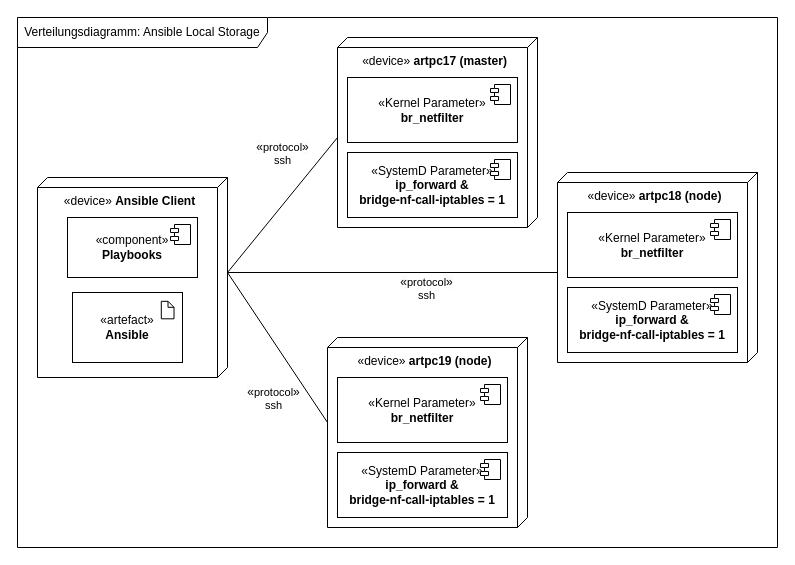
This is dd-ansible-localstorage.drawio from pogii123/drawio-charts, a draw.io file, before an edit. Source tidied: cells renumbered, new cells numbered last; positions are measured from the earlier drawing's top-left corner, leaving out a move shared by most shapes. Both pictures are drawn from the tidied source at 100%, with x=0, y=0 at pixel (17, 17).
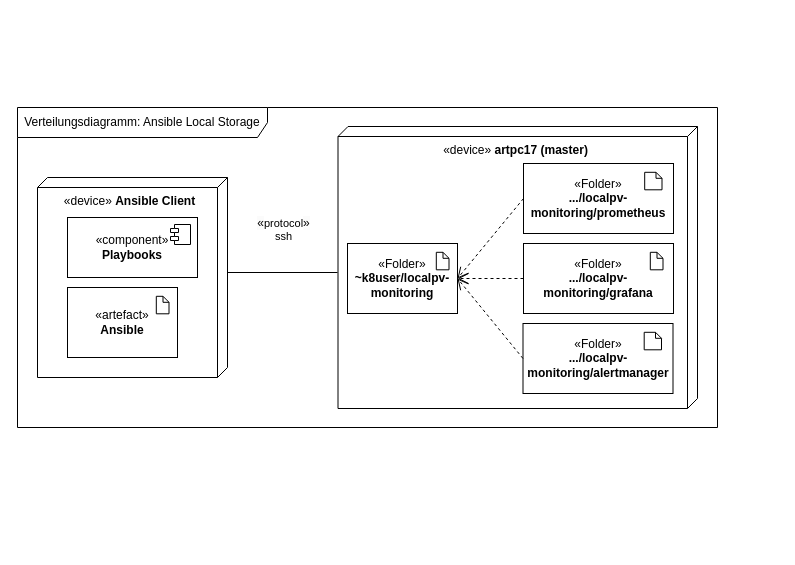
After the change.

The change refers to these unchanged cells:
```xml
<mxCell id="7" value="«device»&amp;nbsp;&lt;b&gt;Ansible Client&lt;/b&gt;" style="verticalAlign=top;align=center;shape=cube;size=10;direction=south;html=1;boundedLbl=1;spacingLeft=5;whiteSpace=wrap;" parent="1" vertex="1">
  <mxGeometry x="20" y="160" width="190" height="200" as="geometry" />
</mxCell>
```

Change to the diagram source:
```diff
@@
-    <mxCell id="2" style="rounded=0;jettySize=auto;html=1;exitX=0;exitY=0;exitDx=95;exitDy=0;exitPerimeter=0;entryX=0;entryY=0;entryDx=100;entryDy=190;entryPerimeter=0;endArrow=none;endFill=0;" parent="1" edge="1" source="7" target="19">
-      <mxGeometry relative="1" as="geometry" />
-    </mxCell>
-    <mxCell id="3" value="&lt;span style=&quot;font-size: 12px; text-wrap: wrap; background-color: rgb(251, 251, 251);&quot;&gt;«&lt;/span&gt;protocol&lt;span style=&quot;font-size: 12px; text-wrap: wrap; background-color: rgb(251, 251, 251);&quot;&gt;»&lt;/span&gt;&lt;br&gt;ssh" style="edgeLabel;html=1;align=center;verticalAlign=middle;" parent="2" vertex="1">
-      <mxGeometry x="0.06" y="4" relative="1" as="geometry">
-        <mxPoint x="-16" y="40" as="offset" />
-      </mxGeometry>
-    </mxCell>
-    <mxCell id="4" value="&lt;span style=&quot;font-size: 12px; text-wrap: wrap; background-color: rgb(251, 251, 251);&quot;&gt;«&lt;/span&gt;protocol&lt;span style=&quot;font-size: 12px; text-wrap: wrap; background-color: rgb(251, 251, 251);&quot;&gt;»&lt;/span&gt;&lt;br&gt;ssh" style="rounded=0;jettySize=auto;html=1;exitX=0;exitY=0;exitDx=95;exitDy=0;exitPerimeter=0;entryX=0;entryY=0;entryDx=100;entryDy=190;entryPerimeter=0;endArrow=none;endFill=0;" parent="1" edge="1" source="7" target="14">
-      <mxGeometry x="0.17" y="-16" relative="1" as="geometry" />
-    </mxCell>
-    <mxCell id="5" style="rounded=0;jettySize=auto;html=1;exitX=0;exitY=0;exitDx=95;exitDy=0;exitPerimeter=0;entryX=0;entryY=0;entryDx=100;entryDy=200;entryPerimeter=0;endArrow=none;endFill=0;" parent="1" edge="1" source="7" target="24">
-      <mxGeometry relative="1" as="geometry" />
+    <mxCell id="5" style="rounded=0;jettySize=auto;html=1;entryX=0;entryY=0;entryDx=146;entryDy=360;entryPerimeter=0;endArrow=none;endFill=0;" parent="1" edge="1" target="24">
+      <mxGeometry relative="1" as="geometry">
+        <mxPoint x="210" y="255" as="sourcePoint" />
+      </mxGeometry>
     </mxCell>
@@
     <mxCell id="10" style="group;" parent="1" vertex="1">
-      <mxGeometry x="55" y="275" width="110" height="70" as="geometry" />
+      <mxGeometry x="50" y="270" width="110" height="70" as="geometry" />
     </mxCell>
@@
     <mxCell id="13" value="Verteilungsdiagramm: Ansible Local Storage" style="shape=umlFrame;whiteSpace=wrap;html=1;width=250;height=30;" parent="1" vertex="1">
-      <mxGeometry width="760" height="530" as="geometry" />
+      <mxGeometry y="90" width="700" height="320" as="geometry" />
     </mxCell>
-    <mxCell id="14" value="«device»&amp;nbsp;&lt;b&gt;artpc18 (node)&lt;/b&gt;" style="verticalAlign=top;align=center;shape=cube;size=10;direction=south;html=1;boundedLbl=1;spacingLeft=5;whiteSpace=wrap;" parent="1" vertex="1">
-      <mxGeometry x="540" y="155" width="200" height="190" as="geometry" />
-    </mxCell>
-    <mxCell id="15" value="«SystemD Parameter»&lt;br&gt;&lt;b&gt;ip_forward &amp;amp;&lt;br&gt;&lt;/b&gt;&lt;div&gt;&lt;b&gt;bridge-nf-call-iptables = 1&lt;/b&gt;&lt;/div&gt;" style="html=1;whiteSpace=wrap;" parent="1" vertex="1">
-      <mxGeometry x="550" y="270" width="170" height="65" as="geometry" />
-    </mxCell>
-    <mxCell id="16" style="shape=module;jettyWidth=8;jettyHeight=4;" parent="15" vertex="1">
-      <mxGeometry x="1" width="20" height="20" relative="1" as="geometry">
-        <mxPoint x="-27" y="7" as="offset" />
-      </mxGeometry>
-    </mxCell>
-    <mxCell id="17" value="«Kernel Parameter»&lt;br&gt;&lt;b&gt;br_netfilter&lt;/b&gt;" style="html=1;whiteSpace=wrap;" parent="1" vertex="1">
-      <mxGeometry x="550" y="195" width="170" height="65" as="geometry" />
-    </mxCell>
-    <mxCell id="18" style="shape=module;jettyWidth=8;jettyHeight=4;" parent="17" vertex="1">
-      <mxGeometry x="1" width="20" height="20" relative="1" as="geometry">
-        <mxPoint x="-27" y="7" as="offset" />
-      </mxGeometry>
-    </mxCell>
-    <mxCell id="19" value="«device»&amp;nbsp;&lt;b&gt;artpc19 (node)&lt;/b&gt;" style="verticalAlign=top;align=center;shape=cube;size=10;direction=south;html=1;boundedLbl=1;spacingLeft=5;whiteSpace=wrap;" parent="1" vertex="1">
-      <mxGeometry x="310" y="320" width="200" height="190" as="geometry" />
-    </mxCell>
-    <mxCell id="20" value="«SystemD Parameter»&lt;br&gt;&lt;b&gt;ip_forward &amp;amp;&lt;br&gt;&lt;/b&gt;&lt;div&gt;&lt;b&gt;bridge-nf-call-iptables = 1&lt;/b&gt;&lt;/div&gt;" style="html=1;whiteSpace=wrap;" parent="1" vertex="1">
-      <mxGeometry x="320" y="435" width="170" height="65" as="geometry" />
-    </mxCell>
-    <mxCell id="21" style="shape=module;jettyWidth=8;jettyHeight=4;" parent="20" vertex="1">
-      <mxGeometry x="1" width="20" height="20" relative="1" as="geometry">
-        <mxPoint x="-27" y="7" as="offset" />
-      </mxGeometry>
-    </mxCell>
-    <mxCell id="22" value="«Kernel Parameter»&lt;br&gt;&lt;b&gt;br_netfilter&lt;/b&gt;" style="html=1;whiteSpace=wrap;" parent="1" vertex="1">
-      <mxGeometry x="320" y="360" width="170" height="65" as="geometry" />
-    </mxCell>
-    <mxCell id="23" style="shape=module;jettyWidth=8;jettyHeight=4;" parent="22" vertex="1">
-      <mxGeometry x="1" width="20" height="20" relative="1" as="geometry">
-        <mxPoint x="-27" y="7" as="offset" />
-      </mxGeometry>
-    </mxCell>
     <mxCell id="24" value="«device»&amp;nbsp;&lt;b&gt;artpc17 (master)&lt;/b&gt;" style="verticalAlign=top;align=center;shape=cube;size=10;direction=south;html=1;boundedLbl=1;spacingLeft=5;whiteSpace=wrap;" parent="1" vertex="1">
-      <mxGeometry x="320" y="20" width="200" height="190" as="geometry" />
+      <mxGeometry x="320.5" y="109" width="359.5" height="282" as="geometry" />
     </mxCell>
-    <mxCell id="25" value="«SystemD Parameter»&lt;br&gt;&lt;b&gt;ip_forward &amp;amp;&lt;br&gt;&lt;/b&gt;&lt;div&gt;&lt;b&gt;bridge-nf-call-iptables = 1&lt;/b&gt;&lt;/div&gt;" style="html=1;whiteSpace=wrap;" parent="1" vertex="1">
-      <mxGeometry x="330" y="135" width="170" height="65" as="geometry" />
-    </mxCell>
-    <mxCell id="26" style="shape=module;jettyWidth=8;jettyHeight=4;" parent="25" vertex="1">
-      <mxGeometry x="1" width="20" height="20" relative="1" as="geometry">
-        <mxPoint x="-27" y="7" as="offset" />
-      </mxGeometry>
-    </mxCell>
-    <mxCell id="27" value="«Kernel Parameter»&lt;br&gt;&lt;b&gt;br_netfilter&lt;/b&gt;" style="html=1;whiteSpace=wrap;" parent="1" vertex="1">
-      <mxGeometry x="330" y="60" width="170" height="65" as="geometry" />
-    </mxCell>
-    <mxCell id="28" style="shape=module;jettyWidth=8;jettyHeight=4;" parent="27" vertex="1">
-      <mxGeometry x="1" width="20" height="20" relative="1" as="geometry">
-        <mxPoint x="-27" y="7" as="offset" />
-      </mxGeometry>
-    </mxCell>
+    <mxCell id="29" style="group;" parent="1" vertex="1">
+      <mxGeometry x="330" y="226" width="110" height="70" as="geometry" />
+    </mxCell>
+    <mxCell id="30" value="«Folder»&lt;br&gt;&lt;b&gt;~k8user/localpv-monitoring&lt;/b&gt;" style="html=1;whiteSpace=wrap;" parent="29" vertex="1">
+      <mxGeometry width="110" height="70" as="geometry" />
+    </mxCell>
+    <mxCell id="31" style="shape=note2;boundedLbl=1;whiteSpace=wrap;html=1;size=6;verticalAlign=top;align=left;spacingLeft=5;" parent="29" vertex="1">
+      <mxGeometry x="88.8" y="8.8" width="12.7" height="17.5" as="geometry" />
+    </mxCell>
+    <mxCell id="32" style="group;" parent="1" vertex="1">
+      <mxGeometry x="505.5" y="306" width="171" height="70" as="geometry" />
+    </mxCell>
+    <mxCell id="33" value="«Folder»&lt;br&gt;&lt;b&gt;.../localpv-monitoring/alertmanager&lt;/b&gt;" style="html=1;whiteSpace=wrap;" parent="32" vertex="1">
+      <mxGeometry width="150" height="70" as="geometry" />
+    </mxCell>
+    <mxCell id="34" style="shape=note2;boundedLbl=1;whiteSpace=wrap;html=1;size=6;verticalAlign=top;align=left;spacingLeft=5;" parent="32" vertex="1">
+      <mxGeometry x="121.2" y="8.8" width="17.3" height="17.5" as="geometry" />
+    </mxCell>
+    <mxCell id="35" style="group;" parent="1" vertex="1">
+      <mxGeometry x="526" y="226" width="130" height="70" as="geometry" />
+    </mxCell>
+    <mxCell id="36" value="«Folder»&lt;br&gt;&lt;b&gt;.../localpv-monitoring/grafana&lt;/b&gt;" style="html=1;whiteSpace=wrap;" parent="35" vertex="1">
+      <mxGeometry x="-20" width="150" height="70" as="geometry" />
+    </mxCell>
+    <mxCell id="37" style="shape=note2;boundedLbl=1;whiteSpace=wrap;html=1;size=6;verticalAlign=top;align=left;spacingLeft=5;" parent="35" vertex="1">
+      <mxGeometry x="106.8" y="8.8" width="12.7" height="17.5" as="geometry" />
+    </mxCell>
+    <mxCell id="38" style="group;" parent="1" vertex="1">
+      <mxGeometry x="506" y="146" width="150" height="70" as="geometry" />
+    </mxCell>
+    <mxCell id="39" value="«Folder»&lt;br&gt;&lt;b&gt;.../localpv-monitoring/prometheus&lt;/b&gt;" style="html=1;whiteSpace=wrap;" parent="38" vertex="1">
+      <mxGeometry width="150" height="70" as="geometry" />
+    </mxCell>
+    <mxCell id="40" style="shape=note2;boundedLbl=1;whiteSpace=wrap;html=1;size=6;verticalAlign=top;align=left;spacingLeft=5;" parent="38" vertex="1">
+      <mxGeometry x="121.2" y="8.8" width="17.3" height="17.5" as="geometry" />
+    </mxCell>
+    <mxCell id="41" style="rounded=0;jettySize=auto;html=1;exitX=0;exitY=0.5;exitDx=0;exitDy=0;entryX=1;entryY=0.5;entryDx=0;entryDy=0;dashed=1;endArrow=open;endFill=0;strokeWidth=1;endSize=9;startSize=6;" parent="1" edge="1" source="39" target="30">
+      <mxGeometry relative="1" as="geometry" />
+    </mxCell>
+    <mxCell id="42" style="rounded=0;jettySize=auto;html=1;exitX=0;exitY=0.5;exitDx=0;exitDy=0;entryX=1;entryY=0.5;entryDx=0;entryDy=0;dashed=1;endArrow=open;endFill=0;strokeWidth=1;endSize=9;startSize=6;" parent="1" edge="1" source="36" target="30">
+      <mxGeometry relative="1" as="geometry" />
+    </mxCell>
+    <mxCell id="43" style="rounded=0;jettySize=auto;html=1;exitX=0;exitY=0.5;exitDx=0;exitDy=0;entryX=1;entryY=0.5;entryDx=0;entryDy=0;dashed=1;endArrow=open;endFill=0;strokeWidth=1;endSize=9;startSize=6;" parent="1" edge="1" source="33" target="30">
+      <mxGeometry relative="1" as="geometry" />
+    </mxCell>
```
